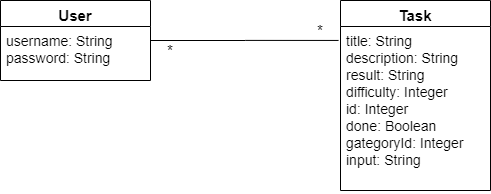
larikkai/ot-harjoitustyo keeps this draw.io diagram as AlgoritmitTehtavaGeneraattori/dokumentointi/kuvat/Luokkakaavio.png. Above is the earlier version. Source tidied: cells renumbered, new cells last; positions are measured from the earlier drawing's top-left corner, leaving out a move shared by most shapes.
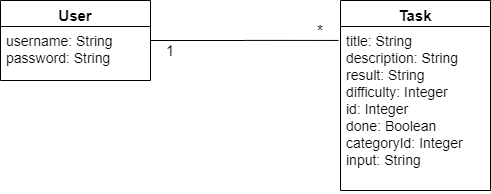
After the change.

What changed in the source:
```diff
@@ -5,7 +5,7 @@
     <mxCell id="2" value="Task" style="swimlane;fontStyle=1;align=center;verticalAlign=top;horizontal=1;startSize=26;fontSize=15;" parent="1" vertex="1">
       <mxGeometry x="340" width="150" height="190" as="geometry" />
     </mxCell>
-    <mxCell id="3" value="title: String&#10;description: String&#10;result: String&#10;difficulty: Integer&#10;id: Integer&#10;done: Boolean&#10;gategoryId: Integer&#10;input: String" style="text;strokeColor=none;fillColor=none;align=left;verticalAlign=top;spacingLeft=4;spacingRight=4;overflow=hidden;points=[[0,0.5],[1,0.5]];portConstraint=eastwest;fontSize=14;" parent="2" vertex="1">
+    <mxCell id="3" value="title: String&#10;description: String&#10;result: String&#10;difficulty: Integer&#10;id: Integer&#10;done: Boolean&#10;categoryId: Integer&#10;input: String" style="text;strokeColor=none;fillColor=none;align=left;verticalAlign=top;spacingLeft=4;spacingRight=4;overflow=hidden;points=[[0,0.5],[1,0.5]];portConstraint=eastwest;fontSize=14;" parent="2" vertex="1">
       <mxGeometry y="26" width="150" height="164" as="geometry" />
     </mxCell>
     <mxCell id="4" style="edgeStyle=orthogonalEdgeStyle;rounded=0;jettySize=auto;html=1;entryX=-0.013;entryY=0.085;entryDx=0;entryDy=0;entryPerimeter=0;fontSize=15;endArrow=none;endFill=0;" parent="1" edge="1" source="5" target="3">
@@ -20,7 +20,7 @@
     <mxCell id="7" value="*" style="text;html=1;strokeColor=none;fillColor=none;align=center;verticalAlign=middle;whiteSpace=wrap;rounded=0;fontSize=15;" parent="1" vertex="1">
       <mxGeometry x="300" y="20" width="40" height="20" as="geometry" />
     </mxCell>
-    <mxCell id="8" value="*" style="text;html=1;strokeColor=none;fillColor=none;align=center;verticalAlign=middle;whiteSpace=wrap;rounded=0;fontSize=15;" parent="1" vertex="1">
+    <mxCell id="8" value="1" style="text;html=1;strokeColor=none;fillColor=none;align=center;verticalAlign=middle;whiteSpace=wrap;rounded=0;fontSize=15;" parent="1" vertex="1">
       <mxGeometry x="150" y="40" width="40" height="20" as="geometry" />
     </mxCell>
   </root>
```
